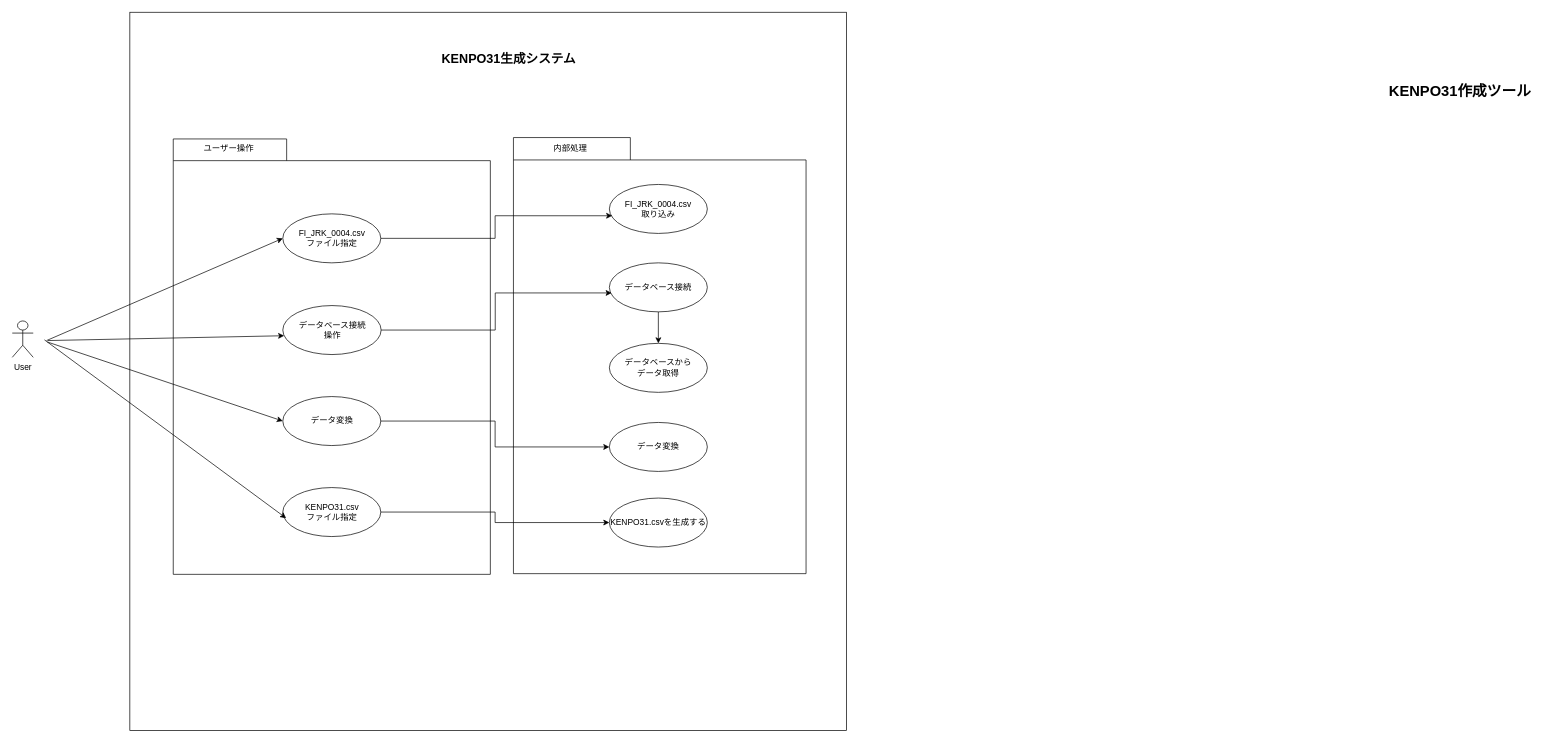
Earlier version of the draw.io diagram page "ユースケース図" (2 of 2) of flowchart.drawio (yoko-Developer/csv-designDocument). Source tidied: cells renumbered, new cells numbered last; positions are measured from the earlier drawing's top-left corner, leaving out a move shared by most shapes. Both pictures are drawn from the tidied source at 70%, with x=0, y=0 at pixel (12, 12).
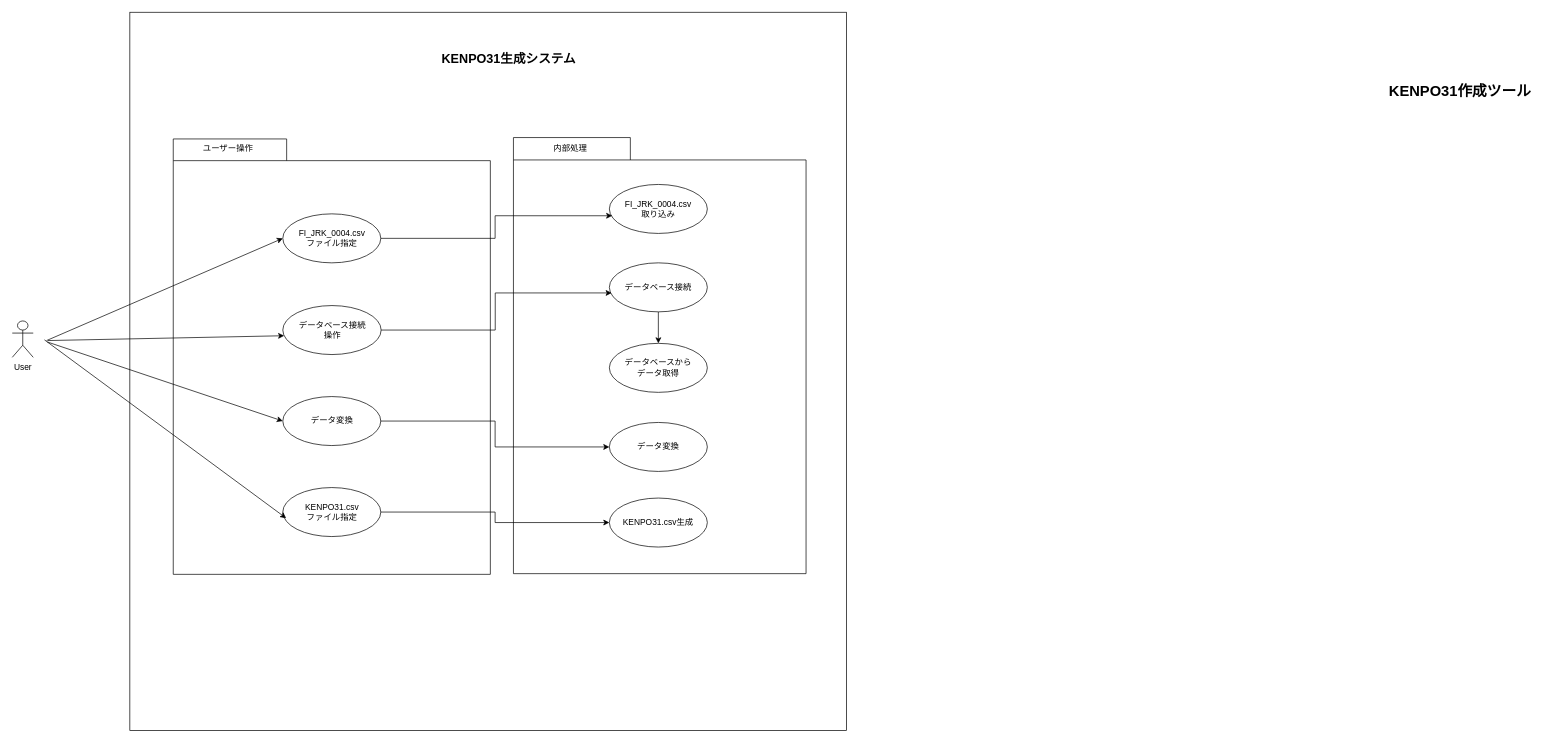
The same diagram, later.

Commit message:
ユースケース図の修正

Change to the diagram source:
```diff
@@
-    <mxCell id="14" value="KENPO31.csvを生成する" style="ellipse;whiteSpace=wrap;html=1;" parent="1" vertex="1">
+    <mxCell id="14" value="KENPO31.csv生成" style="ellipse;whiteSpace=wrap;html=1;" parent="1" vertex="1">
       <mxGeometry x="853" y="694" width="140" height="70" as="geometry" />
     </mxCell>
@@
     <mxCell id="17" value="ユーザー操作" style="text;html=1;align=center;verticalAlign=middle;strokeColor=none;fillColor=none;" parent="1" vertex="1">
-      <mxGeometry x="264" y="181" width="90" height="26" as="geometry" />
+      <mxGeometry x="263" y="182" width="90" height="26" as="geometry" />
     </mxCell>
```
